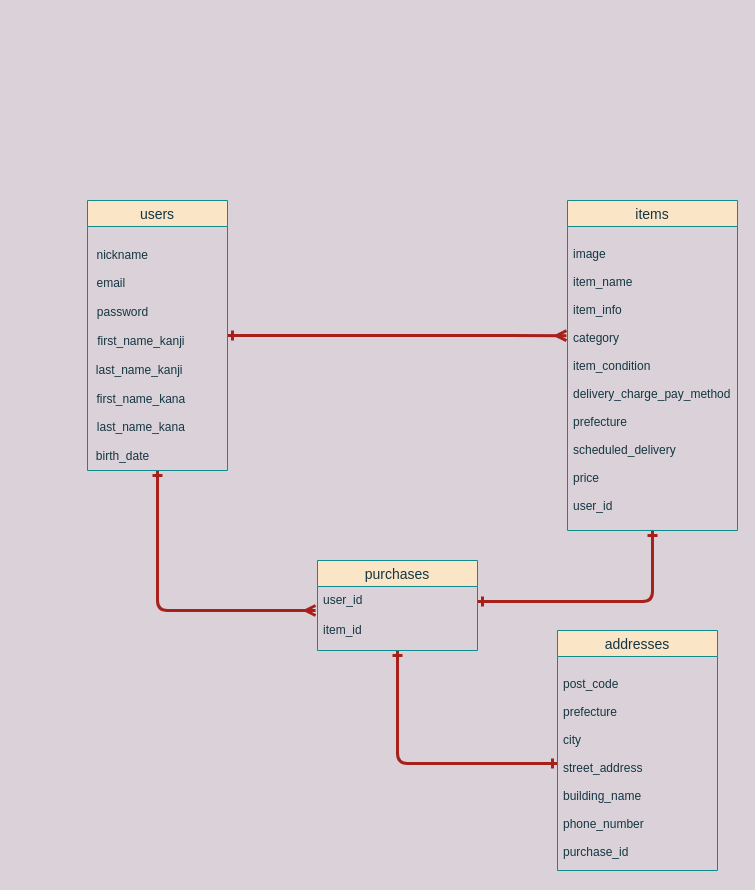
The draw.io diagram app/views/furima-33054.dio in cruisek4n/furima-33054, before the edit. Source tidied: cells renumbered, new cells numbered last; positions are measured from the earlier drawing's top-left corner, leaving out a move shared by most shapes. Both pictures are drawn from the tidied source at 100%, with x=0, y=0 at pixel (42, 20).
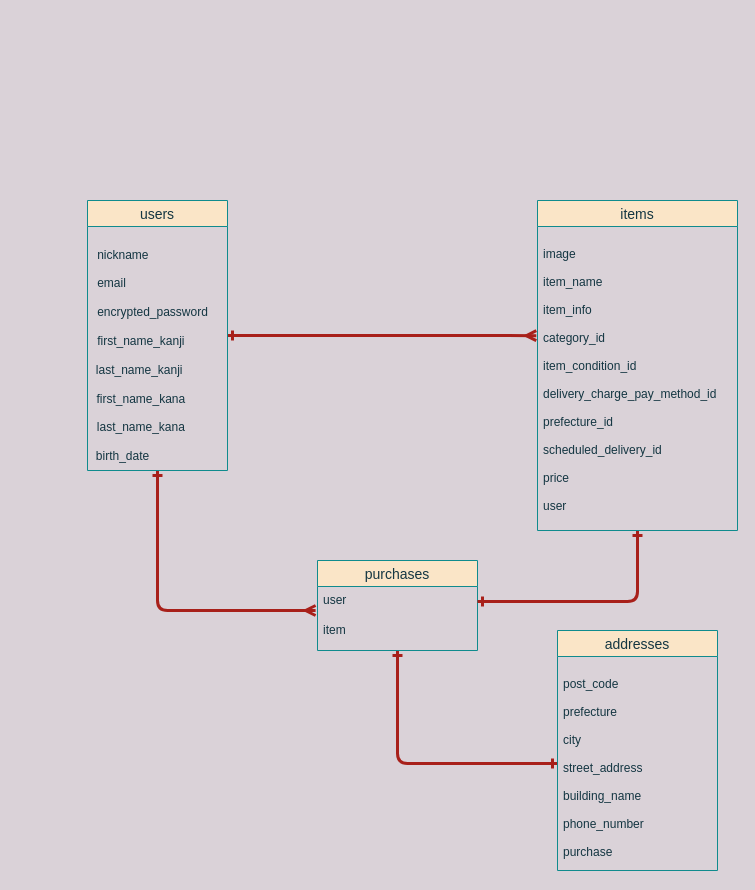
The same diagram, later.

Commit message (it also covers changes not shown here):
データベースの設計修正

What changed in the source:
```diff
@@
 <mxGraphModel background="#DAD2D8">
   <root>
     <mxCell id="0" />
     <mxCell id="1" parent="0" />
     <mxCell id="2" style="edgeStyle=orthogonalEdgeStyle;curved=0;rounded=1;sketch=0;jettySize=auto;html=1;entryX=-0.006;entryY=0.359;entryDx=0;entryDy=0;entryPerimeter=0;strokeColor=#A8201A;fillColor=#FAE5C7;fontColor=#143642;endArrow=ERmany;endFill=0;strokeWidth=3;startArrow=ERone;startFill=0;labelBackgroundColor=#DAD2D8;" parent="1" edge="1" source="4" target="11">
       <mxGeometry relative="1" as="geometry" />
     </mxCell>
     <mxCell id="3" style="edgeStyle=orthogonalEdgeStyle;rounded=1;sketch=0;jettySize=auto;html=1;entryX=-0.012;entryY=0.8;entryDx=0;entryDy=0;entryPerimeter=0;startArrow=ERone;startFill=0;endArrow=ERmany;endFill=0;strokeColor=#A8201A;strokeWidth=3;fillColor=#FAE5C7;fontColor=#143642;labelBackgroundColor=#DAD2D8;" parent="1" edge="1" source="4" target="7">
       <mxGeometry relative="1" as="geometry" />
     </mxCell>
     <mxCell id="4" value="users" style="swimlane;fontStyle=0;horizontal=1;startSize=26;align=center;fontSize=14;fillColor=#FAE5C7;strokeColor=#0F8B8D;fontColor=#143642;" parent="1" vertex="1">
       <mxGeometry x="45" y="180" width="140" height="270" as="geometry" />
     </mxCell>
     <mxCell id="5" style="edgeStyle=orthogonalEdgeStyle;curved=0;rounded=1;sketch=0;jettySize=auto;html=1;strokeColor=#A8201A;strokeWidth=3;fillColor=#FAE5C7;fontColor=#143642;startArrow=ERone;startFill=0;endArrow=ERone;endFill=0;" parent="1" edge="1" source="6" target="13">
       <mxGeometry relative="1" as="geometry" />
     </mxCell>
     <mxCell id="6" value="purchases" style="swimlane;fontStyle=0;horizontal=1;startSize=26;align=center;fontSize=14;fillColor=#FAE5C7;strokeColor=#0F8B8D;fontColor=#143642;" parent="1" vertex="1">
       <mxGeometry x="275" y="540" width="160" height="90" as="geometry" />
     </mxCell>
-    <mxCell id="7" value="user_id" style="text;strokeColor=none;fillColor=none;spacingLeft=4;spacingRight=4;overflow=hidden;points=[[0,0.5],[1,0.5]];portConstraint=eastwest;fontSize=12;fontColor=#143642;" parent="6" vertex="1">
+    <mxCell id="7" value="user" style="text;strokeColor=none;fillColor=none;spacingLeft=4;spacingRight=4;overflow=hidden;points=[[0,0.5],[1,0.5]];portConstraint=eastwest;fontSize=12;fontColor=#143642;" parent="6" vertex="1">
       <mxGeometry y="26" width="160" height="30" as="geometry" />
     </mxCell>
-    <mxCell id="8" value="item_id" style="text;strokeColor=none;fillColor=none;spacingLeft=4;spacingRight=4;overflow=hidden;fontSize=12;fontColor=#143642;" parent="6" vertex="1">
+    <mxCell id="8" value="item" style="text;strokeColor=none;fillColor=none;spacingLeft=4;spacingRight=4;overflow=hidden;fontSize=12;fontColor=#143642;" parent="6" vertex="1">
       <mxGeometry y="56" width="160" height="34" as="geometry" />
     </mxCell>
     <mxCell id="9" style="edgeStyle=orthogonalEdgeStyle;curved=0;rounded=1;sketch=0;jettySize=auto;html=1;entryX=1;entryY=0.5;entryDx=0;entryDy=0;strokeColor=#A8201A;strokeWidth=3;fillColor=#FAE5C7;fontColor=#143642;endArrow=ERone;endFill=0;startArrow=ERone;startFill=0;" parent="1" edge="1" source="10" target="7">
       <mxGeometry relative="1" as="geometry" />
     </mxCell>
     <mxCell id="10" value="items" style="swimlane;fontStyle=0;horizontal=1;startSize=26;align=center;fontSize=14;fillColor=#FAE5C7;strokeColor=#0F8B8D;fontColor=#143642;" parent="1" vertex="1">
-      <mxGeometry x="525" y="180" width="170" height="330" as="geometry" />
+      <mxGeometry x="495" y="180" width="200" height="330" as="geometry" />
     </mxCell>
-    <mxCell id="11" value="&#10;image&#10;&#10;item_name&#10;&#10;item_info&#10;&#10;category&#10;&#10;item_condition&#10;&#10;delivery_charge_pay_method&#10;&#10;prefecture&#10;&#10;scheduled_delivery&#10;&#10;price&#10;&#10;user_id" style="text;strokeColor=none;fillColor=none;spacingLeft=4;spacingRight=4;overflow=hidden;points=[[0,0.5],[1,0.5]];portConstraint=eastwest;fontSize=12;fontColor=#143642;" parent="10" vertex="1">
-      <mxGeometry y="26" width="170" height="304" as="geometry" />
+    <mxCell id="11" value="&#10;image&#10;&#10;item_name&#10;&#10;item_info&#10;&#10;category_id&#10;&#10;item_condition_id&#10;&#10;delivery_charge_pay_method_id&#10;&#10;prefecture_id&#10;&#10;scheduled_delivery_id&#10;&#10;price&#10;&#10;user" style="text;strokeColor=none;fillColor=none;spacingLeft=4;spacingRight=4;overflow=hidden;points=[[0,0.5],[1,0.5]];portConstraint=eastwest;fontSize=12;fontColor=#143642;" parent="10" vertex="1">
+      <mxGeometry y="26" width="200" height="304" as="geometry" />
     </mxCell>
     <mxCell id="12" value="addresses" style="swimlane;fontStyle=0;horizontal=1;startSize=26;align=center;fontSize=14;fillColor=#FAE5C7;strokeColor=#0F8B8D;fontColor=#143642;" parent="1" vertex="1">
       <mxGeometry x="515" y="610" width="160" height="240" as="geometry" />
     </mxCell>
-    <mxCell id="13" value="&#10;post_code&#10;&#10;prefecture&#10;&#10;city&#10;&#10;street_address&#10;&#10;building_name&#10;&#10;phone_number&#10;&#10;purchase_id" style="text;strokeColor=none;fillColor=none;spacingLeft=4;spacingRight=4;overflow=hidden;points=[[0,0.5],[1,0.5]];portConstraint=eastwest;fontSize=12;fontColor=#143642;" parent="12" vertex="1">
+    <mxCell id="13" value="&#10;post_code&#10;&#10;prefecture&#10;&#10;city&#10;&#10;street_address&#10;&#10;building_name&#10;&#10;phone_number&#10;&#10;purchase" style="text;strokeColor=none;fillColor=none;spacingLeft=4;spacingRight=4;overflow=hidden;points=[[0,0.5],[1,0.5]];portConstraint=eastwest;fontSize=12;fontColor=#143642;" parent="12" vertex="1">
       <mxGeometry y="26" width="160" height="214" as="geometry" />
     </mxCell>
-    <mxCell id="14" value="&lt;span&gt;&lt;br&gt;&lt;br&gt;&lt;br&gt;&lt;br&gt;&lt;br&gt;&lt;br&gt;&lt;br&gt;&lt;br&gt;&lt;br&gt;&lt;br&gt;&lt;div style=&quot;text-align: left&quot;&gt;&lt;span&gt;&amp;nbsp; &amp;nbsp; &amp;nbsp; &amp;nbsp; &amp;nbsp; &amp;nbsp;&lt;/span&gt;&lt;/div&gt;&lt;div style=&quot;text-align: left&quot;&gt;&lt;span&gt;&amp;nbsp; &amp;nbsp; &amp;nbsp; &amp;nbsp; &amp;nbsp; &amp;nbsp;&amp;nbsp;&lt;/span&gt;&lt;/div&gt;&lt;div style=&quot;text-align: left&quot;&gt;&lt;span&gt;&amp;nbsp; &amp;nbsp; &amp;nbsp; &amp;nbsp; &amp;nbsp; &amp;nbsp;&amp;nbsp;&lt;/span&gt;&lt;/div&gt;&lt;div style=&quot;text-align: left&quot;&gt;&lt;span&gt;&amp;nbsp; &amp;nbsp; &amp;nbsp; &amp;nbsp; &amp;nbsp; &amp;nbsp;&amp;nbsp;&lt;/span&gt;&lt;/div&gt;&lt;div style=&quot;text-align: left&quot;&gt;&lt;span&gt;&lt;br&gt;&lt;/span&gt;&lt;/div&gt;&lt;div style=&quot;text-align: left&quot;&gt;&lt;span&gt;&lt;br&gt;&lt;/span&gt;&lt;/div&gt;&lt;div style=&quot;text-align: left&quot;&gt;&lt;span&gt;&amp;nbsp; &amp;nbsp; &amp;nbsp; &amp;nbsp; &amp;nbsp; &amp;nbsp; &amp;nbsp; nickname&lt;/span&gt;&lt;/div&gt;&lt;div style=&quot;text-align: left&quot;&gt;&amp;nbsp; &amp;nbsp; &amp;nbsp; &amp;nbsp; &amp;nbsp; &amp;nbsp;&amp;nbsp;&lt;/div&gt;&lt;div style=&quot;text-align: left&quot;&gt;&amp;nbsp; &amp;nbsp; &amp;nbsp; &amp;nbsp; &amp;nbsp; &amp;nbsp; &amp;nbsp; email&lt;/div&gt;&amp;nbsp; &amp;nbsp; &lt;br&gt;&amp;nbsp; &amp;nbsp;password&lt;/span&gt;&lt;br style=&quot;padding: 0px ; margin: 0px ; text-align: left&quot;&gt;&lt;br style=&quot;padding: 0px ; margin: 0px ; text-align: left&quot;&gt;&lt;span style=&quot;text-align: left&quot;&gt;&amp;nbsp; &amp;nbsp; &amp;nbsp; &amp;nbsp; &amp;nbsp; &amp;nbsp; &amp;nbsp; first_name_kanji&lt;/span&gt;&lt;br style=&quot;padding: 0px ; margin: 0px ; text-align: left&quot;&gt;&lt;br style=&quot;padding: 0px ; margin: 0px ; text-align: left&quot;&gt;&lt;span style=&quot;text-align: left&quot;&gt;&amp;nbsp; &amp;nbsp; &amp;nbsp; &amp;nbsp; &amp;nbsp; &amp;nbsp; &amp;nbsp;last_name_kanji&lt;/span&gt;&lt;br style=&quot;padding: 0px ; margin: 0px ; text-align: left&quot;&gt;&lt;br style=&quot;padding: 0px ; margin: 0px ; text-align: left&quot;&gt;&lt;span style=&quot;text-align: left&quot;&gt;&amp;nbsp; &amp;nbsp; &amp;nbsp; &amp;nbsp; &amp;nbsp; &amp;nbsp; &amp;nbsp; first_name_kana&lt;/span&gt;&lt;br style=&quot;padding: 0px ; margin: 0px ; text-align: left&quot;&gt;&lt;br style=&quot;padding: 0px ; margin: 0px ; text-align: left&quot;&gt;&lt;span style=&quot;text-align: left&quot;&gt;&amp;nbsp; &amp;nbsp; &amp;nbsp; &amp;nbsp; &amp;nbsp; &amp;nbsp; &amp;nbsp; last_name_kana&lt;/span&gt;&lt;br style=&quot;padding: 0px ; margin: 0px ; text-align: left&quot;&gt;&lt;br style=&quot;padding: 0px ; margin: 0px ; text-align: left&quot;&gt;&lt;span style=&quot;text-align: left&quot;&gt;&amp;nbsp; &amp;nbsp;birth_date&lt;/span&gt;" style="text;html=1;align=center;verticalAlign=middle;fontColor=#143642;" parent="1" vertex="1">
-      <mxGeometry width="150" height="440" as="geometry" />
+    <mxCell id="14" value="&lt;span&gt;&lt;br&gt;&lt;br&gt;&lt;br&gt;&lt;br&gt;&lt;br&gt;&lt;br&gt;&lt;br&gt;&lt;br&gt;&lt;br&gt;&lt;br&gt;&lt;div style=&quot;text-align: left&quot;&gt;&lt;span&gt;&amp;nbsp; &amp;nbsp; &amp;nbsp; &amp;nbsp; &amp;nbsp; &amp;nbsp;&lt;/span&gt;&lt;/div&gt;&lt;div style=&quot;text-align: left&quot;&gt;&lt;span&gt;&amp;nbsp; &amp;nbsp; &amp;nbsp; &amp;nbsp; &amp;nbsp; &amp;nbsp;&amp;nbsp;&lt;/span&gt;&lt;/div&gt;&lt;div style=&quot;text-align: left&quot;&gt;&lt;span&gt;&amp;nbsp; &amp;nbsp; &amp;nbsp; &amp;nbsp; &amp;nbsp; &amp;nbsp;&amp;nbsp;&lt;/span&gt;&lt;/div&gt;&lt;div style=&quot;text-align: left&quot;&gt;&lt;span&gt;&amp;nbsp; &amp;nbsp; &amp;nbsp; &amp;nbsp; &amp;nbsp; &amp;nbsp;&amp;nbsp;&lt;/span&gt;&lt;/div&gt;&lt;div style=&quot;text-align: left&quot;&gt;&lt;span&gt;&lt;br&gt;&lt;/span&gt;&lt;/div&gt;&lt;div style=&quot;text-align: left&quot;&gt;&lt;span&gt;&lt;br&gt;&lt;/span&gt;&lt;/div&gt;&lt;div style=&quot;text-align: left&quot;&gt;&lt;span&gt;&amp;nbsp; &amp;nbsp; &amp;nbsp; &amp;nbsp; &amp;nbsp; &amp;nbsp; &amp;nbsp; &amp;nbsp; &amp;nbsp; &amp;nbsp; &amp;nbsp;nickname&lt;/span&gt;&lt;/div&gt;&lt;div style=&quot;text-align: left&quot;&gt;&amp;nbsp; &amp;nbsp; &amp;nbsp; &amp;nbsp; &amp;nbsp; &amp;nbsp;&amp;nbsp;&lt;/div&gt;&lt;div style=&quot;text-align: left&quot;&gt;&amp;nbsp; &amp;nbsp; &amp;nbsp; &amp;nbsp; &amp;nbsp; &amp;nbsp; &amp;nbsp; &amp;nbsp; &amp;nbsp; &amp;nbsp; &amp;nbsp;email&lt;/div&gt;&amp;nbsp; &amp;nbsp; &lt;br&gt;&amp;nbsp; &amp;nbsp; &amp;nbsp; &amp;nbsp; &amp;nbsp; &amp;nbsp; &amp;nbsp; &amp;nbsp; &amp;nbsp; &amp;nbsp; &amp;nbsp;encrypted_password&lt;/span&gt;&lt;br style=&quot;padding: 0px ; margin: 0px ; text-align: left&quot;&gt;&lt;br style=&quot;padding: 0px ; margin: 0px ; text-align: left&quot;&gt;&lt;span style=&quot;text-align: left&quot;&gt;&amp;nbsp; &amp;nbsp; &amp;nbsp; &amp;nbsp; &amp;nbsp; &amp;nbsp; &amp;nbsp; first_name_kanji&lt;/span&gt;&lt;br style=&quot;padding: 0px ; margin: 0px ; text-align: left&quot;&gt;&lt;br style=&quot;padding: 0px ; margin: 0px ; text-align: left&quot;&gt;&lt;span style=&quot;text-align: left&quot;&gt;&amp;nbsp; &amp;nbsp; &amp;nbsp; &amp;nbsp; &amp;nbsp; &amp;nbsp; &amp;nbsp;last_name_kanji&lt;/span&gt;&lt;br style=&quot;padding: 0px ; margin: 0px ; text-align: left&quot;&gt;&lt;br style=&quot;padding: 0px ; margin: 0px ; text-align: left&quot;&gt;&lt;span style=&quot;text-align: left&quot;&gt;&amp;nbsp; &amp;nbsp; &amp;nbsp; &amp;nbsp; &amp;nbsp; &amp;nbsp; &amp;nbsp; first_name_kana&lt;/span&gt;&lt;br style=&quot;padding: 0px ; margin: 0px ; text-align: left&quot;&gt;&lt;br style=&quot;padding: 0px ; margin: 0px ; text-align: left&quot;&gt;&lt;span style=&quot;text-align: left&quot;&gt;&amp;nbsp; &amp;nbsp; &amp;nbsp; &amp;nbsp; &amp;nbsp; &amp;nbsp; &amp;nbsp; last_name_kana&lt;/span&gt;&lt;br style=&quot;padding: 0px ; margin: 0px ; text-align: left&quot;&gt;&lt;br style=&quot;padding: 0px ; margin: 0px ; text-align: left&quot;&gt;&lt;span style=&quot;text-align: left&quot;&gt;&amp;nbsp; &amp;nbsp;birth_date&lt;/span&gt;" style="text;html=1;align=center;verticalAlign=middle;fontColor=#143642;" parent="1" vertex="1">
+      <mxGeometry x="-25" width="200" height="440" as="geometry" />
     </mxCell>
   </root>
 </mxGraphModel>
```
